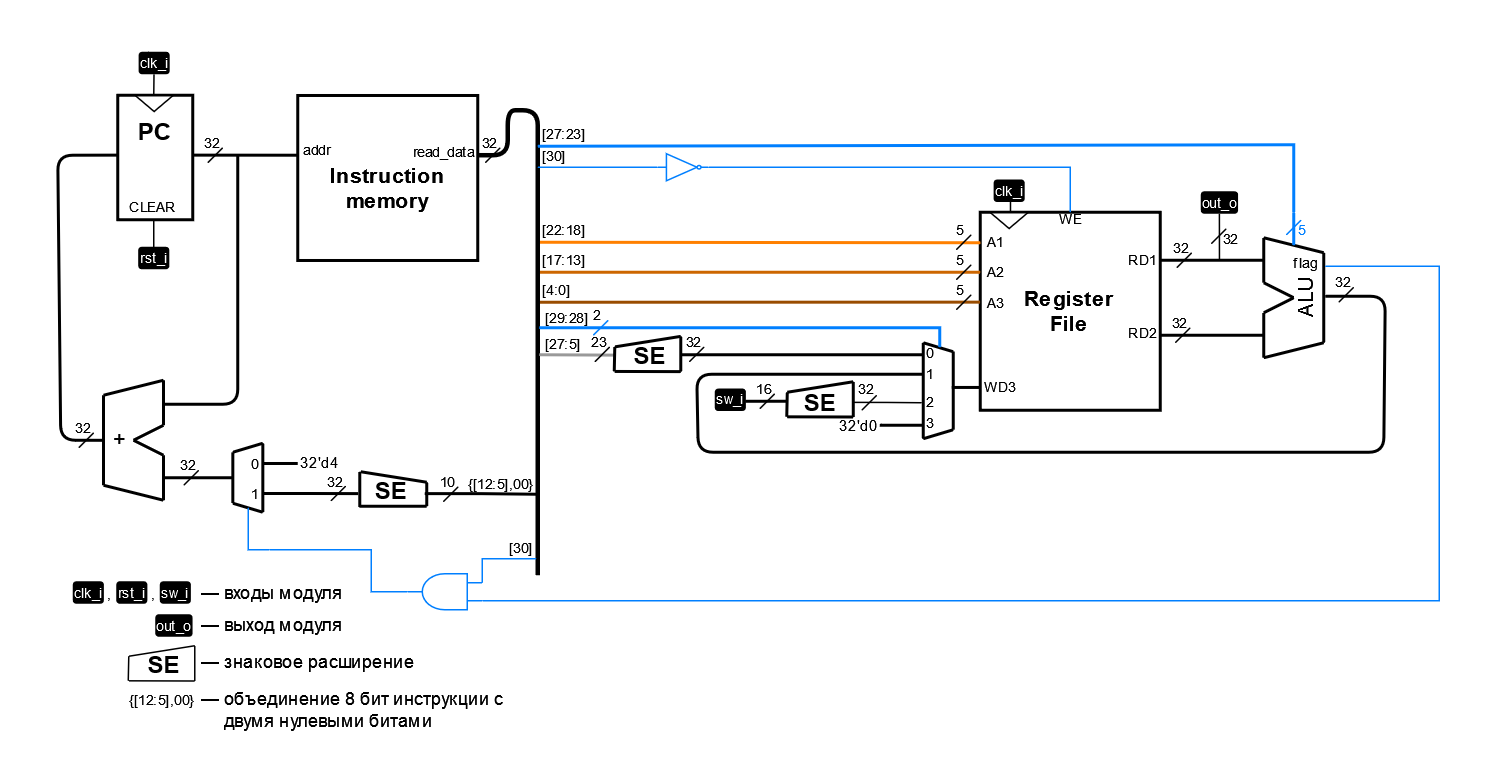
MPSU/exAPS keeps this draw.io diagram as Labs/Pic/ppd_5.drawio.png. Above is the earlier version. Source tidied: cells renumbered, new cells last; positions are measured from the earlier drawing's top-left corner, leaving out a move shared by most shapes.
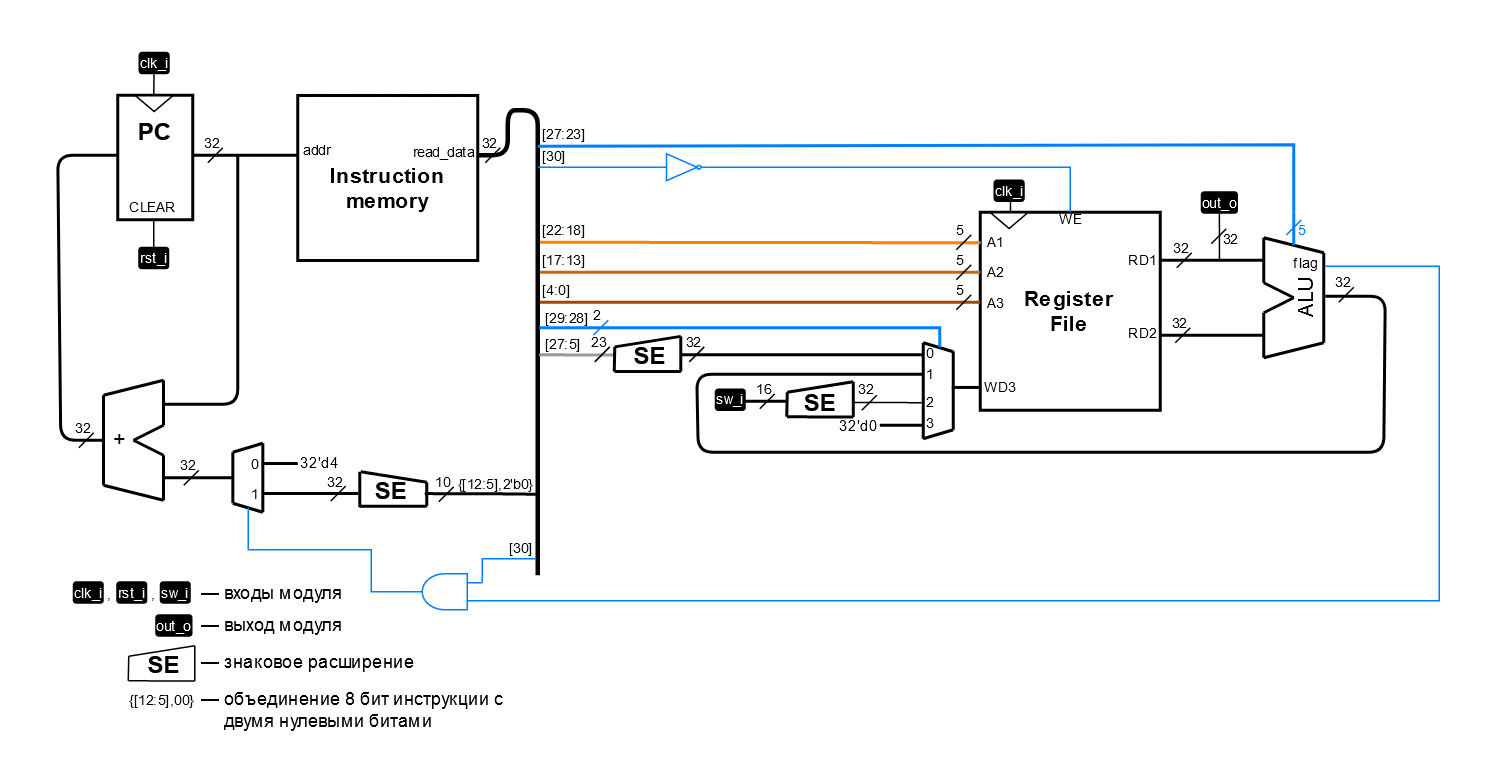
The same diagram one commit later.

Commit message:
ИсУточнение разрядности коснс нулей константы перехода

Diff of the diagram source:
```diff
@@ -339,14 +339,14 @@
     </mxCell>
     <mxCell id="71" style="endArrow=none;html=1;rounded=0;comic=0;jiggle=0.5;" parent="1" edge="1">
       <mxGeometry relative="1" as="geometry">
-        <mxPoint x="295" y="334" as="sourcePoint" />
-        <mxPoint x="305" y="324" as="targetPoint" />
+        <mxPoint x="292" y="334" as="sourcePoint" />
+        <mxPoint x="302" y="324" as="targetPoint" />
       </mxGeometry>
     </mxCell>
     <mxCell id="72" value="10" style="text;html=1;strokeColor=none;fillColor=none;align=center;verticalAlign=middle;whiteSpace=wrap;rounded=0;fontSize=9;fontColor=#000000;comic=0;jiggle=0.5;" parent="1" vertex="1">
-      <mxGeometry x="293" y="316" width="10" height="10" as="geometry" />
+      <mxGeometry x="290" y="316" width="10" height="10" as="geometry" />
     </mxCell>
-    <mxCell id="73" value="&lt;font style=&quot;font-size: 9px;&quot;&gt;{[12:5],00}&lt;/font&gt;" style="text;html=1;strokeColor=none;fillColor=none;align=right;verticalAlign=bottom;whiteSpace=wrap;rounded=0;spacing=0;" parent="1" vertex="1">
+    <mxCell id="73" value="&lt;font style=&quot;font-size: 9px;&quot;&gt;{[12:5],2'b0}&lt;/font&gt;" style="text;html=1;strokeColor=none;fillColor=none;align=right;verticalAlign=bottom;whiteSpace=wrap;rounded=0;spacing=0;" parent="1" vertex="1">
       <mxGeometry x="311" y="317" width="44" height="12" as="geometry" />
     </mxCell>
     <mxCell id="74" value="&lt;font color=&quot;#ffffff&quot;&gt;clk_i&lt;/font&gt;" style="text;html=1;strokeColor=none;fillColor=#000000;align=center;verticalAlign=middle;whiteSpace=wrap;rounded=1;fontSize=9;fontColor=#000000;comic=0;jiggle=0.5;" parent="1" vertex="1">
```
